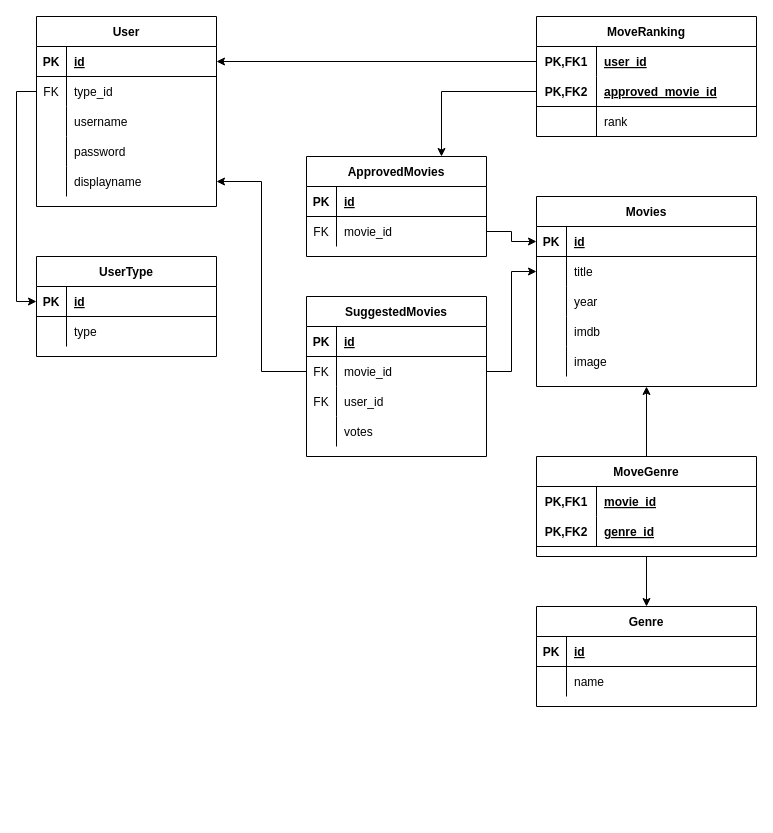
The draw.io diagram db/diagram.drawio in rizi-m/ten-plus-one, before the edit. Source tidied: cells renumbered, new cells numbered last; positions are measured from the earlier drawing's top-left corner, leaving out a move shared by most shapes. Both pictures are drawn from the tidied source at 100%, with x=0, y=0 at pixel (36, 16).
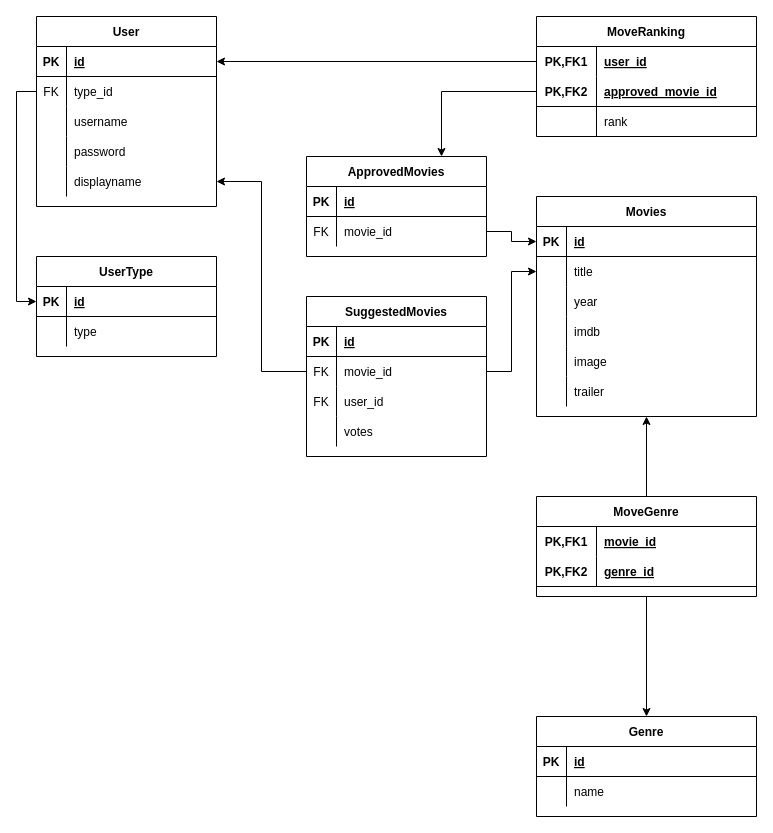
The same diagram, later.

Commit message (it also covers changes not shown here):
Finished database schema and scripts for test data

What changed in the source:
```diff
@@
     <mxCell id="18" value="Movies" style="shape=table;startSize=30;childLayout=tableLayout;rowLines=0;fontStyle=1;align=center;" parent="1" vertex="1">
-      <mxGeometry x="500" y="180" width="220" height="190" as="geometry" />
+      <mxGeometry x="500" y="180" width="220" height="220" as="geometry" />
     </mxCell>
@@
+    <mxCell id="93" style="shape=partialRectangle;fillColor=none;top=0;left=0;bottom=0;right=0;" parent="18" vertex="1">
+      <mxGeometry y="180" width="220" height="30" as="geometry" />
+    </mxCell>
+    <mxCell id="94" style="shape=partialRectangle;fillColor=none;top=0;left=0;bottom=0;right=0;fontStyle=0;overflow=hidden;" parent="93" vertex="1">
+      <mxGeometry width="30" height="30" as="geometry" />
+    </mxCell>
+    <mxCell id="95" value="trailer" style="shape=partialRectangle;fillColor=none;top=0;left=0;bottom=0;right=0;align=left;spacingLeft=6;fontStyle=0;overflow=hidden;" parent="93" vertex="1">
+      <mxGeometry x="30" width="190" height="30" as="geometry" />
+    </mxCell>
     <mxCell id="34" value="Genre" style="shape=table;startSize=30;childLayout=tableLayout;rowLines=0;fontStyle=1;align=center;" parent="1" vertex="1">
-      <mxGeometry x="500" y="590" width="220" height="100" as="geometry" />
+      <mxGeometry x="500" y="700" width="220" height="100" as="geometry" />
     </mxCell>
@@
     <mxCell id="83" value="MoveGenre" style="shape=table;startSize=30;childLayout=tableLayout;rowLines=0;fontStyle=1;align=center;" parent="1" vertex="1">
-      <mxGeometry x="500" y="440" width="220" height="100" as="geometry" />
+      <mxGeometry x="500" y="480" width="220" height="100" as="geometry" />
     </mxCell>
```
